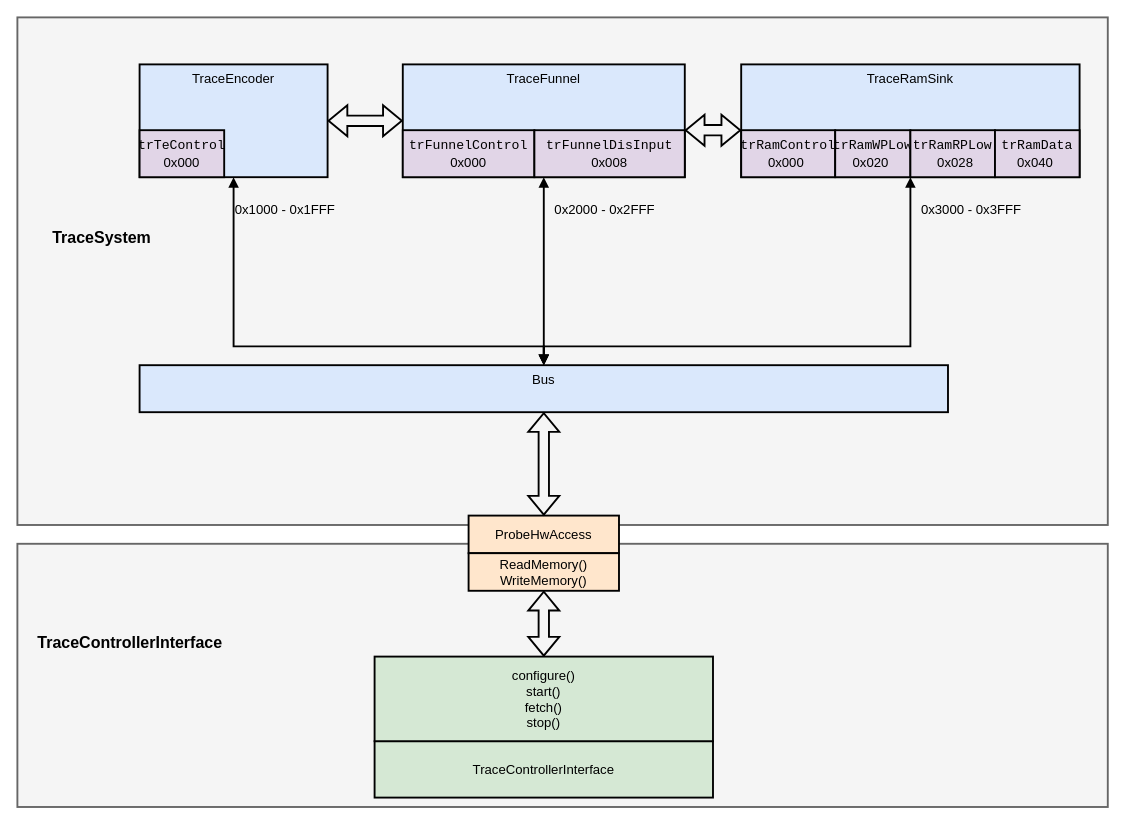
The draw.io diagram doc/riscv_tci_block_diagram.drawio in deepakravibabu/riscv_trace_control_interface, before the edit. Source tidied: cells renumbered, new cells numbered last; positions are measured from the earlier drawing's top-left corner, leaving out a move shared by most shapes. Both pictures are drawn from the tidied source at 94%, with x=0, y=0 at pixel (17, 17).
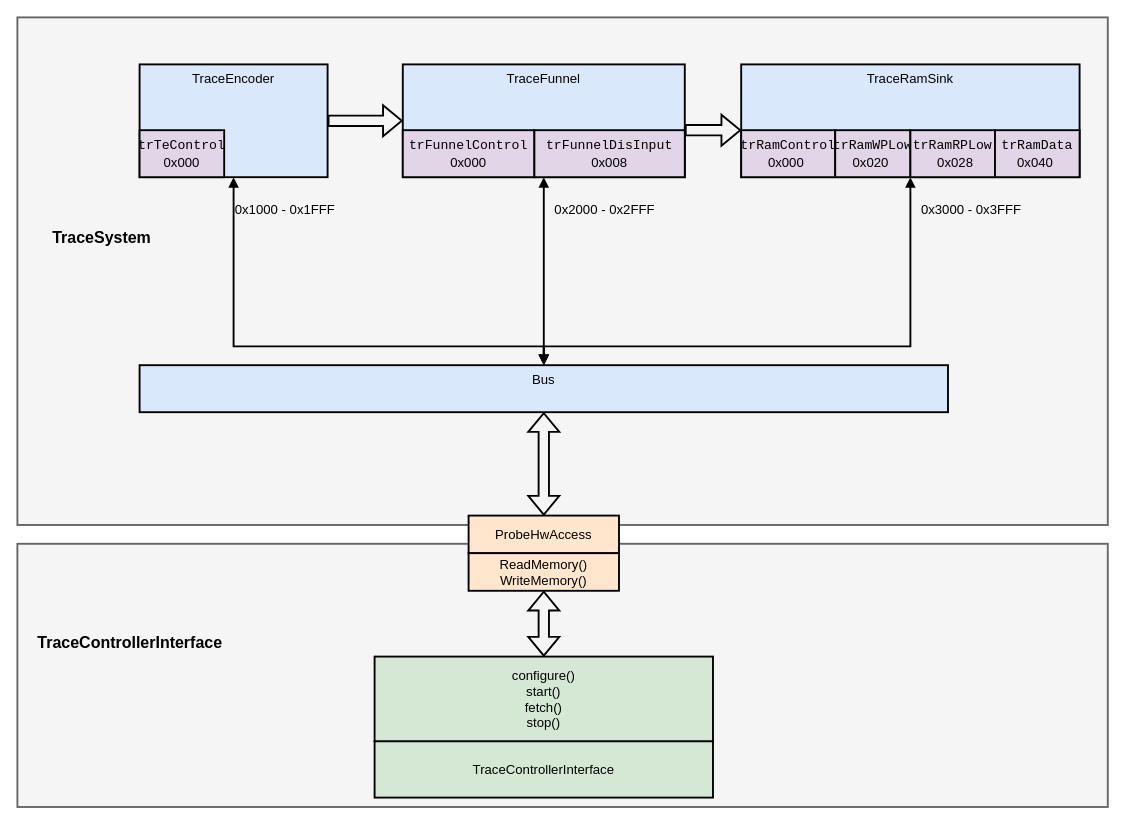
Above is the later version.

The change refers to these unchanged cells:
```xml
<mxCell id="4" value="TraceEncoder" style="rounded=0;whiteSpace=wrap;html=1;verticalAlign=top;fillColor=#dae8fc;strokeColor=#000000;strokeWidth=2;fontSize=14;" parent="1" vertex="1">
  <mxGeometry x="130" y="50" width="200" height="120" as="geometry" />
</mxCell>
<mxCell id="6" value="TraceFunnel" style="rounded=0;whiteSpace=wrap;html=1;verticalAlign=top;fillColor=#dae8fc;strokeColor=#000000;strokeWidth=2;fontSize=14;" parent="1" vertex="1">
  <mxGeometry x="410" y="50" width="300" height="120" as="geometry" />
</mxCell>
<mxCell id="8" value="&lt;div style=&quot;font-family: Consolas, &amp;quot;Courier New&amp;quot;, monospace; font-size: 14px; line-height: 19px;&quot;&gt;&lt;div style=&quot;line-height: 19px; font-size: 14px;&quot;&gt;&lt;span style=&quot;text-align: left; font-size: 14px;&quot;&gt;trFunnelDisInput&lt;/span&gt;&lt;br style=&quot;font-size: 14px;&quot;&gt;&lt;/div&gt;&lt;/div&gt;" style="rounded=0;whiteSpace=wrap;html=1;verticalAlign=top;fillColor=#e1d5e7;strokeColor=#000000;strokeWidth=2;fontSize=14;" parent="1" vertex="1">
  <mxGeometry x="550" y="120" width="160" height="50" as="geometry" />
</mxCell>
<mxCell id="10" value="&lt;div style=&quot;font-family: Consolas, &amp;quot;Courier New&amp;quot;, monospace; font-size: 14px; line-height: 19px;&quot;&gt;&lt;div style=&quot;line-height: 19px; font-size: 14px;&quot;&gt;&lt;div style=&quot;line-height: 19px; font-size: 14px;&quot;&gt;trRamControl&lt;/div&gt;&lt;/div&gt;&lt;/div&gt;" style="rounded=0;whiteSpace=wrap;html=1;verticalAlign=top;fillColor=#e1d5e7;strokeColor=#000000;strokeWidth=2;fontSize=14;" parent="1" vertex="1">
  <mxGeometry x="770" y="120" width="100" height="50" as="geometry" />
</mxCell>
```

The edit, as a diff of the source:
```diff
@@
-    <mxCell id="28" style="shape=flexArrow;endArrow=classic;startArrow=classic;html=1;rounded=0;elbow=vertical;strokeWidth=2;fontSize=14;" parent="1" edge="1" source="4" target="6">
+    <mxCell id="28" style="shape=flexArrow;endArrow=classic;startArrow=none;html=1;rounded=0;elbow=vertical;strokeWidth=2;fontSize=14;startFill=0;" parent="1" edge="1" source="4" target="6">
       <mxGeometry relative="1" as="geometry" />
     </mxCell>
-    <mxCell id="29" style="shape=flexArrow;endArrow=classic;startArrow=classic;html=1;rounded=0;elbow=vertical;exitX=1;exitY=0;exitDx=0;exitDy=0;entryX=0;entryY=0;entryDx=0;entryDy=0;strokeWidth=2;fontSize=14;" parent="1" edge="1" source="8" target="10">
+    <mxCell id="29" style="shape=flexArrow;endArrow=classic;startArrow=none;html=1;rounded=0;elbow=vertical;exitX=1;exitY=0;exitDx=0;exitDy=0;entryX=0;entryY=0;entryDx=0;entryDy=0;strokeWidth=2;fontSize=14;startFill=0;" parent="1" edge="1" source="8" target="10">
       <mxGeometry relative="1" as="geometry" />
     </mxCell>
```
